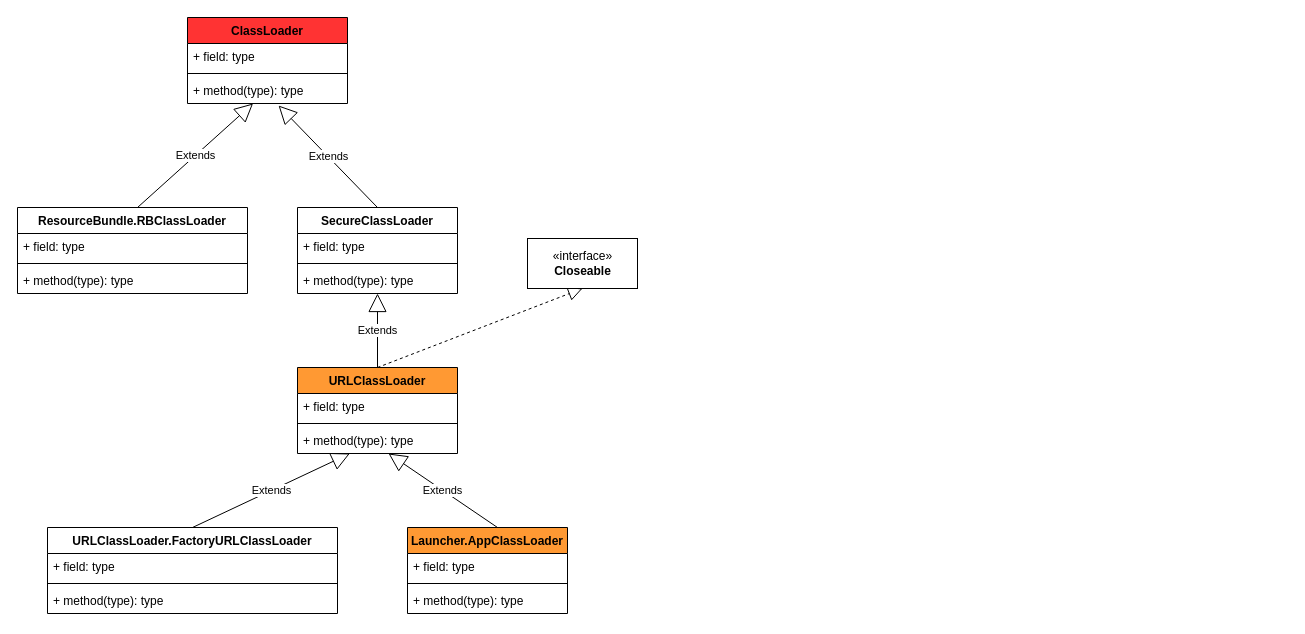
Before: page "类加载器" (24 of 31) of jdk/rt.drawio in tadsimons/draw, a draw.io diagram. Source tidied: cells renumbered, new cells numbered last; positions are measured from the earlier drawing's top-left corner, leaving out a move shared by most shapes. Both pictures are drawn from the tidied source at 100%, with x=0, y=0 at pixel (17, 17).
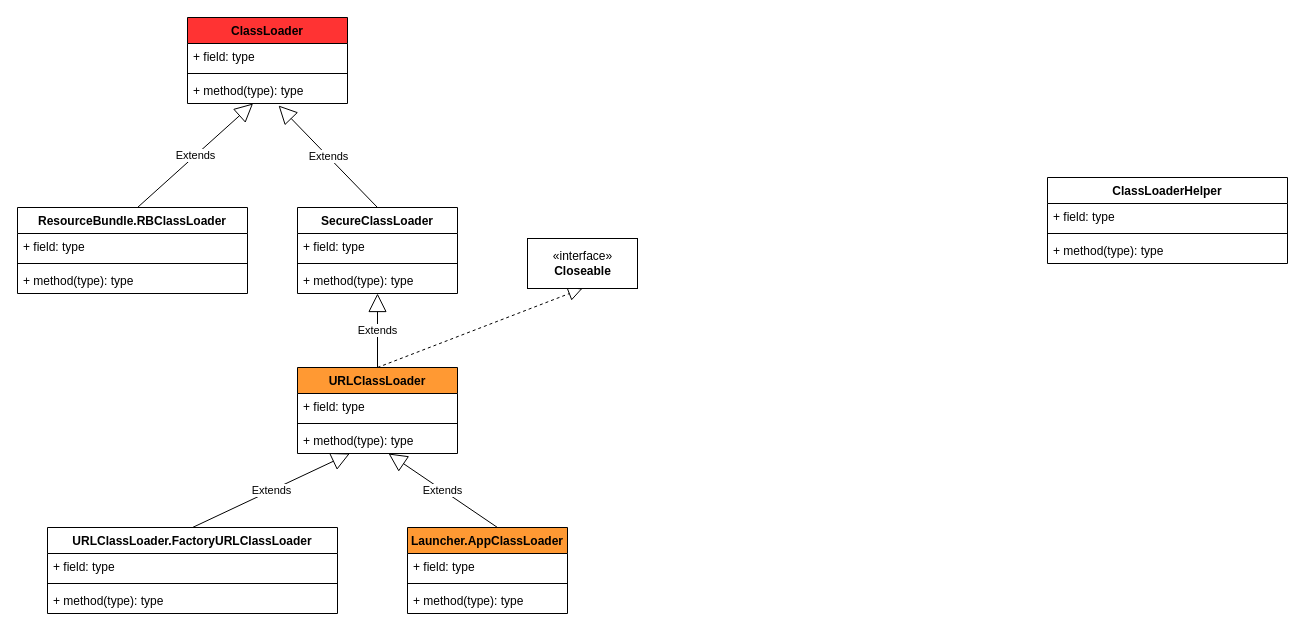
The same diagram, later.

The edit, as a diff of the source:
```diff
@@
+    <mxCell id="33" value="ClassLoaderHelper" style="swimlane;fontStyle=1;align=center;verticalAlign=top;horizontal=1;startSize=26;" parent="1" vertex="1">
+      <mxGeometry x="1030" y="160" width="240" height="86" as="geometry" />
+    </mxCell>
+    <mxCell id="34" value="+ field: type" style="text;strokeColor=none;fillColor=none;align=left;verticalAlign=top;spacingLeft=4;spacingRight=4;overflow=hidden;" parent="33" vertex="1">
+      <mxGeometry y="26" width="240" height="26" as="geometry" />
+    </mxCell>
+    <mxCell id="35" style="line;strokeWidth=1;fillColor=none;align=left;verticalAlign=middle;spacingTop=-1;spacingLeft=3;spacingRight=3;labelPosition=right;" parent="33" vertex="1">
+      <mxGeometry y="52" width="240" height="8" as="geometry" />
+    </mxCell>
+    <mxCell id="36" value="+ method(type): type" style="text;strokeColor=none;fillColor=none;align=left;verticalAlign=top;spacingLeft=4;spacingRight=4;overflow=hidden;" parent="33" vertex="1">
+      <mxGeometry y="60" width="240" height="26" as="geometry" />
+    </mxCell>
```
